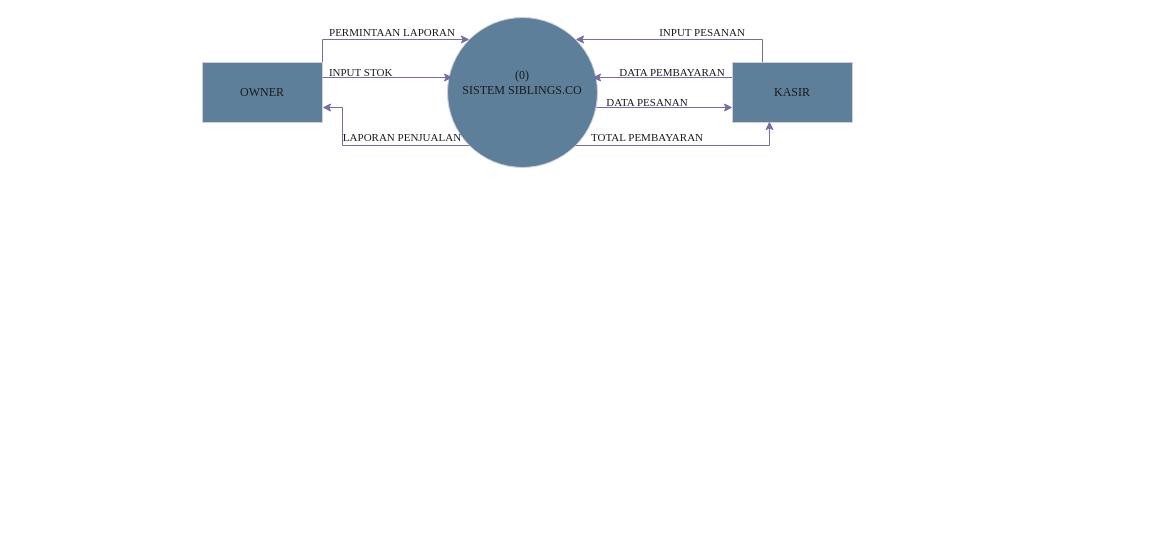
Earlier version of the draw.io diagram page "DFD LVL 0" (6 of 9) of ALL UML.drawio (K35x/si_siblings_uml). Source tidied: cells renumbered, new cells numbered last; positions are measured from the earlier drawing's top-left corner, leaving out a move shared by most shapes. Both pictures are drawn from the tidied source at 100%, with x=0, y=0 at pixel (202, 17).
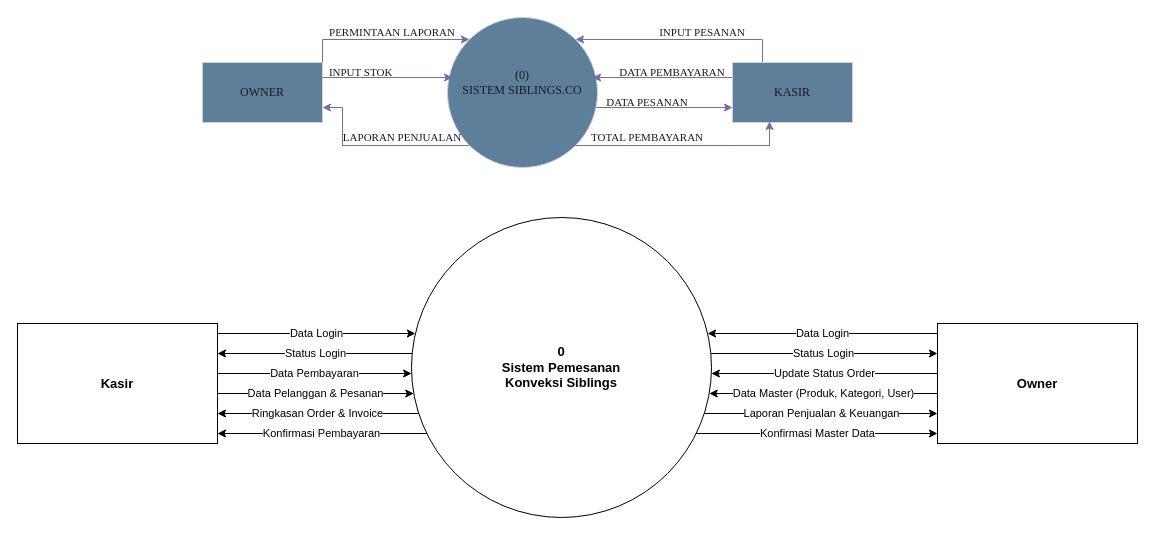
Above is the later version.

Change to the diagram source:
```diff
@@
+    <mxCell id="22" value="Data Login" style="edgeStyle=orthogonalEdgeStyle;rounded=0;jettySize=auto;html=1;align=center;" parent="1" edge="1" source="23" target="25">
+      <mxGeometry relative="1" as="geometry">
+        <Array as="points">
+          <mxPoint x="115" y="316" />
+          <mxPoint x="115" y="316" />
+        </Array>
+      </mxGeometry>
+    </mxCell>
+    <mxCell id="23" value="Kasir" style="rounded=0;whiteSpace=wrap;html=1;fontSize=13;fontStyle=1;" parent="1" vertex="1">
+      <mxGeometry x="-185" y="306" width="200" height="120" as="geometry" />
+    </mxCell>
+    <mxCell id="24" value="Owner" style="rounded=0;whiteSpace=wrap;html=1;fontSize=13;fontStyle=1;" parent="1" vertex="1">
+      <mxGeometry x="735" y="306" width="200" height="120" as="geometry" />
+    </mxCell>
+    <mxCell id="25" value="0&#10;Sistem Pemesanan&#10;Konveksi Siblings" style="ellipse;whiteSpace=wrap;html=1;fontSize=13;fontStyle=1;" parent="1" vertex="1">
+      <mxGeometry x="209" y="200" width="300" height="300" as="geometry" />
+    </mxCell>
+    <mxCell id="26" value="Data Pelanggan &amp;amp; Pesanan" style="endArrow=classic;html=1;edgeStyle=orthogonalEdgeStyle;fontSize=11;align=center;" parent="1" edge="1" source="23" target="25">
+      <mxGeometry relative="1" as="geometry">
+        <Array as="points">
+          <mxPoint x="115" y="376" />
+          <mxPoint x="115" y="376" />
+        </Array>
+      </mxGeometry>
+    </mxCell>
+    <mxCell id="27" value="Data Pembayaran" style="endArrow=classic;html=1;edgeStyle=orthogonalEdgeStyle;fontSize=11;align=center;" parent="1" edge="1" source="23" target="25">
+      <mxGeometry relative="1" as="geometry">
+        <Array as="points">
+          <mxPoint x="115" y="356" />
+          <mxPoint x="115" y="356" />
+        </Array>
+      </mxGeometry>
+    </mxCell>
+    <mxCell id="28" value="Status Login" style="endArrow=classic;html=1;edgeStyle=orthogonalEdgeStyle;fontSize=11;align=center;" parent="1" edge="1" source="25" target="23">
+      <mxGeometry relative="1" as="geometry">
+        <Array as="points">
+          <mxPoint x="115" y="336" />
+          <mxPoint x="115" y="336" />
+        </Array>
+      </mxGeometry>
+    </mxCell>
+    <mxCell id="29" value="Ringkasan Order &amp; Invoice" style="endArrow=classic;html=1;edgeStyle=orthogonalEdgeStyle;fontSize=11;" parent="1" edge="1" source="25" target="23">
+      <mxGeometry relative="1" as="geometry">
+        <Array as="points">
+          <mxPoint x="115" y="396" />
+          <mxPoint x="115" y="396" />
+        </Array>
+      </mxGeometry>
+    </mxCell>
+    <mxCell id="30" value="Konfirmasi Pembayaran" style="endArrow=classic;html=1;edgeStyle=orthogonalEdgeStyle;fontSize=11;" parent="1" edge="1" source="25" target="23">
+      <mxGeometry relative="1" as="geometry">
+        <Array as="points">
+          <mxPoint x="115" y="416" />
+          <mxPoint x="115" y="416" />
+        </Array>
+      </mxGeometry>
+    </mxCell>
+    <mxCell id="31" value="Data Login" style="endArrow=classic;html=1;edgeStyle=orthogonalEdgeStyle;fontSize=11;" parent="1" edge="1" source="24" target="25">
+      <mxGeometry relative="1" as="geometry">
+        <Array as="points">
+          <mxPoint x="615" y="316" />
+          <mxPoint x="615" y="316" />
+        </Array>
+      </mxGeometry>
+    </mxCell>
+    <mxCell id="32" value="Update Status Order" style="endArrow=classic;html=1;edgeStyle=orthogonalEdgeStyle;fontSize=11;" parent="1" edge="1" source="24" target="25">
+      <mxGeometry relative="1" as="geometry">
+        <Array as="points">
+          <mxPoint x="625" y="356" />
+          <mxPoint x="625" y="356" />
+        </Array>
+      </mxGeometry>
+    </mxCell>
+    <mxCell id="33" value="Data Master (Produk, Kategori, User)" style="endArrow=classic;html=1;edgeStyle=orthogonalEdgeStyle;fontSize=11;" parent="1" edge="1" source="24" target="25">
+      <mxGeometry relative="1" as="geometry">
+        <Array as="points">
+          <mxPoint x="625" y="376" />
+          <mxPoint x="625" y="376" />
+        </Array>
+      </mxGeometry>
+    </mxCell>
+    <mxCell id="34" value="Status Login" style="endArrow=classic;html=1;edgeStyle=orthogonalEdgeStyle;fontSize=11;" parent="1" edge="1" source="25" target="24">
+      <mxGeometry relative="1" as="geometry">
+        <Array as="points">
+          <mxPoint x="615" y="336" />
+          <mxPoint x="615" y="336" />
+        </Array>
+      </mxGeometry>
+    </mxCell>
+    <mxCell id="35" value="Laporan Penjualan &amp; Keuangan" style="endArrow=classic;html=1;edgeStyle=orthogonalEdgeStyle;fontSize=11;" parent="1" edge="1" source="25" target="24">
+      <mxGeometry relative="1" as="geometry">
+        <Array as="points">
+          <mxPoint x="615" y="396" />
+          <mxPoint x="615" y="396" />
+        </Array>
+      </mxGeometry>
+    </mxCell>
+    <mxCell id="36" value="Konfirmasi Master Data" style="endArrow=classic;html=1;edgeStyle=orthogonalEdgeStyle;fontSize=11;" parent="1" edge="1" source="25" target="24">
+      <mxGeometry relative="1" as="geometry">
+        <Array as="points">
+          <mxPoint x="615" y="416" />
+          <mxPoint x="615" y="416" />
+        </Array>
+      </mxGeometry>
+    </mxCell>
```
